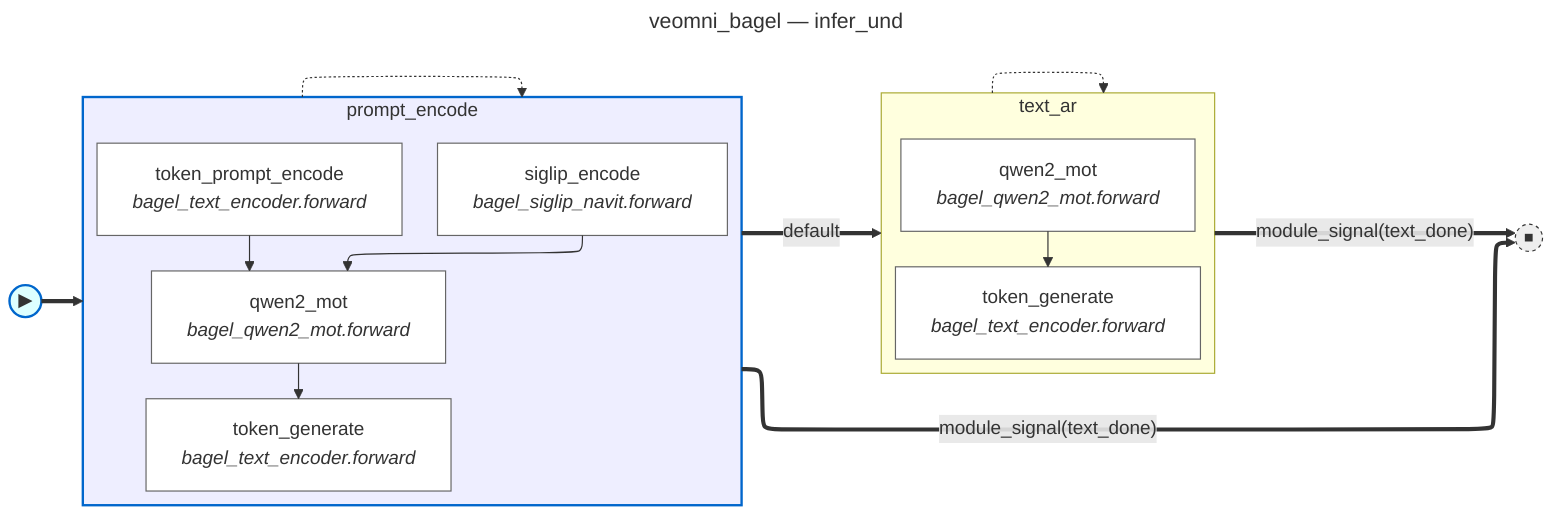
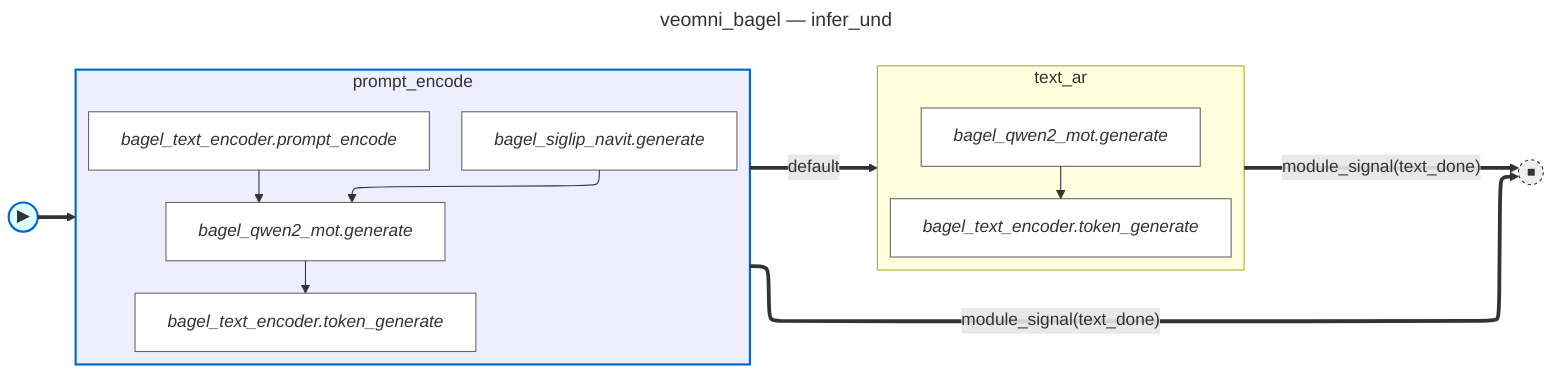
---
title: veomni_bagel — infer_und
---
%%{init: {'flowchart': {'defaultRenderer': 'elk'}}}%%
flowchart LR
    fsm_start(("▶")):::fsm_start
    fsm_done(("⏹")):::fsm_terminal
    subgraph state_prompt_encode [prompt_encode]
        direction TB
-         prompt_encode__siglip_encode["siglip_encode<br/><i>bagel_siglip_navit.forward</i>"]:::body_node
-         prompt_encode__qwen2_mot["qwen2_mot<br/><i>bagel_qwen2_mot.forward</i>"]:::body_node
-         prompt_encode__token_prompt_encode["token_prompt_encode<br/><i>bagel_text_encoder.forward</i>"]:::body_node
-         prompt_encode__token_generate["token_generate<br/><i>bagel_text_encoder.forward</i>"]:::body_node
-         prompt_encode__siglip_encode --> prompt_encode__qwen2_mot
-         prompt_encode__token_prompt_encode --> prompt_encode__qwen2_mot
-         prompt_encode__qwen2_mot --> prompt_encode__token_generate
+         prompt_encode__bagel_siglip_navit_generate["<i>bagel_siglip_navit.generate</i>"]:::body_node
+         prompt_encode__bagel_qwen2_mot_generate["<i>bagel_qwen2_mot.generate</i>"]:::body_node
+         prompt_encode__bagel_text_encoder_prompt_encode["<i>bagel_text_encoder.prompt_encode</i>"]:::body_node
+         prompt_encode__bagel_text_encoder_token_generate["<i>bagel_text_encoder.token_generate</i>"]:::body_node
+         prompt_encode__bagel_siglip_navit_generate --> prompt_encode__bagel_qwen2_mot_generate
+         prompt_encode__bagel_text_encoder_prompt_encode --> prompt_encode__bagel_qwen2_mot_generate
+         prompt_encode__bagel_qwen2_mot_generate --> prompt_encode__bagel_text_encoder_token_generate
    end
    subgraph state_text_ar [text_ar]
        direction TB
-         text_ar__qwen2_mot["qwen2_mot<br/><i>bagel_qwen2_mot.forward</i>"]:::body_node
-         text_ar__token_generate["token_generate<br/><i>bagel_text_encoder.forward</i>"]:::body_node
-         text_ar__qwen2_mot --> text_ar__token_generate
+         text_ar__bagel_qwen2_mot_generate["<i>bagel_qwen2_mot.generate</i>"]:::body_node
+         text_ar__bagel_text_encoder_token_generate["<i>bagel_text_encoder.token_generate</i>"]:::body_node
+         text_ar__bagel_qwen2_mot_generate --> text_ar__bagel_text_encoder_token_generate
    end
-     state_prompt_encode -.-> state_prompt_encode
-     state_text_ar -.-> state_text_ar
    fsm_start ==> state_prompt_encode
    state_prompt_encode ==>|"module_signal(text_done)"| fsm_done
    state_prompt_encode ==>|"default"| state_text_ar
    state_text_ar ==>|"module_signal(text_done)"| fsm_done
    classDef body_node fill:#fff,stroke:#666
    classDef fsm_start fill:#dff,stroke:#06c,stroke-width:2px
    classDef fsm_terminal fill:#eee,stroke:#333,stroke-width:1px,stroke-dasharray:3 3
    style state_prompt_encode fill:#eef,stroke:#06c,stroke-width:2px
